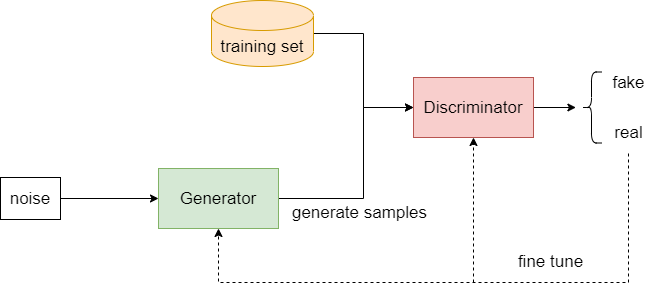
Above: gan.drawio.png in lakomi/pictures (draw.io), before the change. Source tidied: cells renumbered, new cells last; positions are measured from the earlier drawing's top-left corner, leaving out a move shared by most shapes.
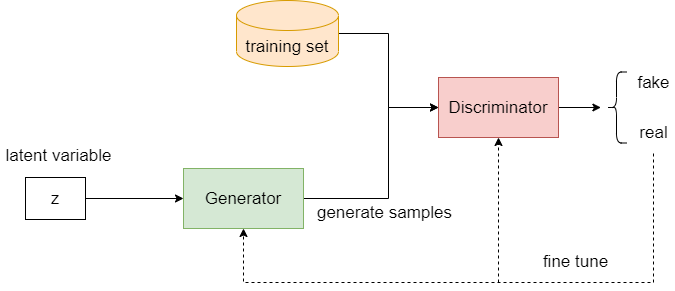
Later version of the same file.

Diff of the diagram source:
```diff
@@ -30,7 +30,7 @@
     <mxCell id="8" style="edgeStyle=orthogonalEdgeStyle;rounded=0;jettySize=auto;html=1;exitX=1;exitY=0.5;exitDx=0;exitDy=0;entryX=0;entryY=0.5;entryDx=0;entryDy=0;" parent="1" edge="1" source="9" target="3">
       <mxGeometry relative="1" as="geometry" />
     </mxCell>
-    <mxCell id="9" value="noise" style="rounded=0;whiteSpace=wrap;html=1;fontSize=17;" parent="1" vertex="1">
+    <mxCell id="9" value="z" style="rounded=0;whiteSpace=wrap;html=1;fontSize=17;" parent="1" vertex="1">
       <mxGeometry y="177" width="60" height="42" as="geometry" />
     </mxCell>
     <mxCell id="10" value="generate samples" style="text;html=1;align=center;verticalAlign=middle;strokeColor=none;fillColor=none;fontSize=17;" parent="1" vertex="1">
@@ -61,5 +61,8 @@
     <mxCell id="16" value="fine tune" style="text;html=1;align=center;verticalAlign=middle;strokeColor=none;fillColor=none;fontSize=17;" parent="1" vertex="1">
       <mxGeometry x="512" y="249" width="76" height="24" as="geometry" />
     </mxCell>
+    <mxCell id="17" value="latent variable&lt;br style=&quot;font-size: 17px;&quot;&gt;" style="text;html=1;align=center;verticalAlign=middle;strokeColor=none;fillColor=none;fontSize=17;" parent="1" vertex="1">
+      <mxGeometry x="-25" y="142.5" width="116" height="24" as="geometry" />
+    </mxCell>
   </root>
 </mxGraphModel>
```
